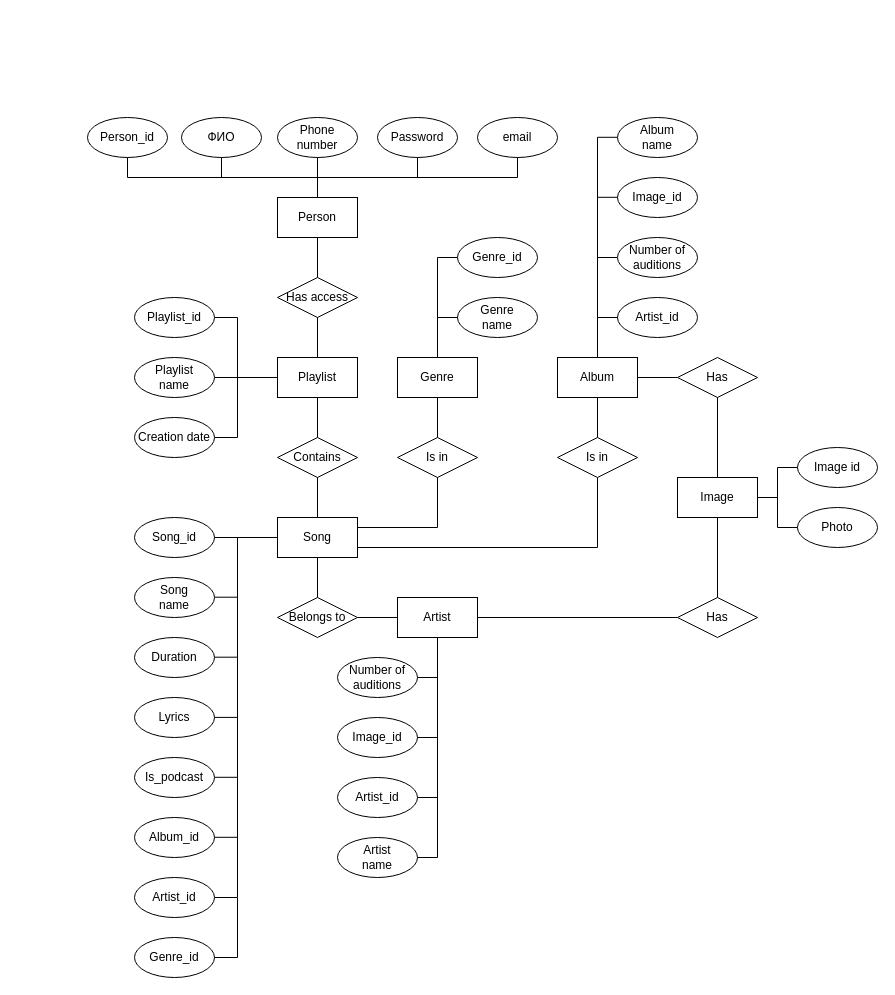
Above: кмпо 2.0.drawio in marsek4/database (draw.io), before the change. Source tidied: cells renumbered, new cells numbered last; positions are measured from the earlier drawing's top-left corner, leaving out a move shared by most shapes. Both pictures are drawn from the tidied source at 100%, with x=0, y=0 at pixel (87, 117).
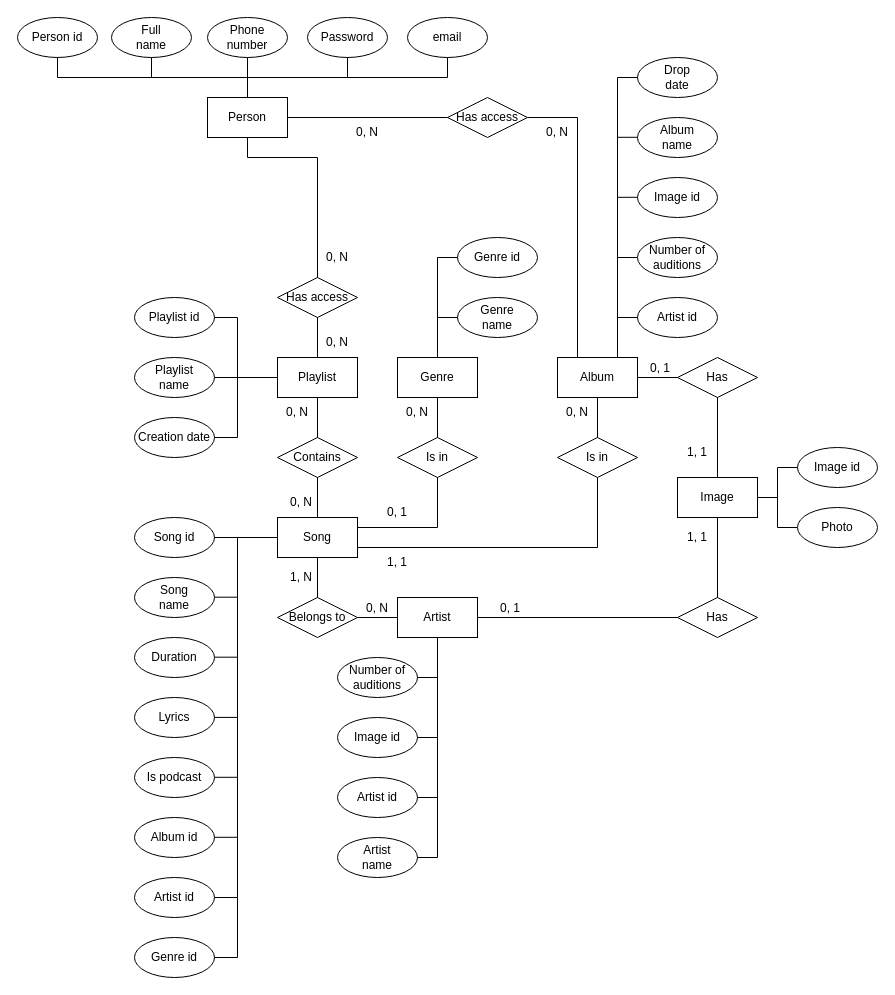
After the change.

The change refers to these unchanged cells:
```xml
<mxCell id="37" value="Has access" style="rhombus;whiteSpace=wrap;html=1;" parent="1" vertex="1">
  <mxGeometry x="190" y="160" width="80" height="40" as="geometry" />
</mxCell>
<mxCell id="62" value="Album" style="rounded=0;whiteSpace=wrap;html=1;" parent="1" vertex="1">
  <mxGeometry x="470" y="240" width="80" height="40" as="geometry" />
</mxCell>
```

Change to the diagram source:
```diff
@@
     <mxCell id="2" value="Person" style="rounded=0;whiteSpace=wrap;html=1;" parent="1" vertex="1">
-      <mxGeometry x="190" y="80" width="80" height="40" as="geometry" />
+      <mxGeometry x="120" y="-20" width="80" height="40" as="geometry" />
     </mxCell>
-    <mxCell id="3" value="Person_id" style="ellipse;whiteSpace=wrap;html=1;" parent="1" vertex="1">
-      <mxGeometry width="80" height="40" as="geometry" />
+    <mxCell id="3" value="Person id" style="ellipse;whiteSpace=wrap;html=1;" parent="1" vertex="1">
+      <mxGeometry x="-70" y="-100" width="80" height="40" as="geometry" />
     </mxCell>
-    <mxCell id="4" value="ФИО" style="ellipse;whiteSpace=wrap;html=1;" parent="1" vertex="1">
-      <mxGeometry x="94" width="80" height="40" as="geometry" />
+    <mxCell id="4" value="Full&lt;br&gt;name" style="ellipse;whiteSpace=wrap;html=1;" parent="1" vertex="1">
+      <mxGeometry x="24" y="-100" width="80" height="40" as="geometry" />
     </mxCell>
     <mxCell id="5" value="Phone number" style="ellipse;whiteSpace=wrap;html=1;" parent="1" vertex="1">
-      <mxGeometry x="190" width="80" height="40" as="geometry" />
+      <mxGeometry x="120" y="-100" width="80" height="40" as="geometry" />
     </mxCell>
     <mxCell id="6" value="Password" style="ellipse;whiteSpace=wrap;html=1;" parent="1" vertex="1">
-      <mxGeometry x="290" width="80" height="40" as="geometry" />
+      <mxGeometry x="220" y="-100" width="80" height="40" as="geometry" />
     </mxCell>
     <mxCell id="7" value="email" style="ellipse;whiteSpace=wrap;html=1;" parent="1" vertex="1">
-      <mxGeometry x="390" width="80" height="40" as="geometry" />
+      <mxGeometry x="320" y="-100" width="80" height="40" as="geometry" />
     </mxCell>
@@
     <mxCell id="9" style="endArrow=none;html=1;rounded=0;exitX=0.5;exitY=1;exitDx=0;exitDy=0;entryX=0.5;entryY=1;entryDx=0;entryDy=0;" parent="1" edge="1" source="3" target="7">
       <mxGeometry relative="1" as="geometry">
         <Array as="points">
-          <mxPoint x="40" y="60" />
-          <mxPoint x="430" y="60" />
+          <mxPoint x="-30" y="-40" />
+          <mxPoint x="360" y="-40" />
         </Array>
       </mxGeometry>
     </mxCell>
     <mxCell id="10" style="endArrow=none;html=1;rounded=0;entryX=0.5;entryY=1;entryDx=0;entryDy=0;" parent="1" edge="1" target="4">
       <mxGeometry relative="1" as="geometry">
-        <mxPoint x="134" y="60" as="sourcePoint" />
+        <mxPoint x="64" y="-40" as="sourcePoint" />
       </mxGeometry>
     </mxCell>
     <mxCell id="11" style="endArrow=none;html=1;rounded=0;entryX=0.5;entryY=1;entryDx=0;entryDy=0;" parent="1" edge="1" target="6">
       <mxGeometry relative="1" as="geometry">
-        <mxPoint x="330" y="60" as="sourcePoint" />
+        <mxPoint x="260" y="-40" as="sourcePoint" />
       </mxGeometry>
     </mxCell>
@@
-    <mxCell id="21" value="Song_id" style="ellipse;whiteSpace=wrap;html=1;" parent="1" vertex="1">
+    <mxCell id="21" value="Song id" style="ellipse;whiteSpace=wrap;html=1;" parent="1" vertex="1">
       <mxGeometry x="47" y="400" width="80" height="40" as="geometry" />
     </mxCell>
@@
-    <mxCell id="25" value="Is_podcast" style="ellipse;whiteSpace=wrap;html=1;" parent="1" vertex="1">
+    <mxCell id="25" value="Is podcast" style="ellipse;whiteSpace=wrap;html=1;" parent="1" vertex="1">
       <mxGeometry x="47" y="640" width="80" height="40" as="geometry" />
     </mxCell>
-    <mxCell id="26" value="Album_id" style="ellipse;whiteSpace=wrap;html=1;" parent="1" vertex="1">
+    <mxCell id="26" value="Album id" style="ellipse;whiteSpace=wrap;html=1;" parent="1" vertex="1">
       <mxGeometry x="47" y="700" width="80" height="40" as="geometry" />
     </mxCell>
-    <mxCell id="27" value="Artist_id" style="ellipse;whiteSpace=wrap;html=1;" parent="1" vertex="1">
+    <mxCell id="27" value="Artist id" style="ellipse;whiteSpace=wrap;html=1;" parent="1" vertex="1">
       <mxGeometry x="47" y="760" width="80" height="40" as="geometry" />
     </mxCell>
-    <mxCell id="28" value="Genre_id" style="ellipse;whiteSpace=wrap;html=1;" parent="1" vertex="1">
+    <mxCell id="28" value="Genre id" style="ellipse;whiteSpace=wrap;html=1;" parent="1" vertex="1">
       <mxGeometry x="47" y="820" width="80" height="40" as="geometry" />
     </mxCell>
@@
     <mxCell id="39" style="endArrow=none;html=1;rounded=0;entryX=0.5;entryY=1;entryDx=0;entryDy=0;exitX=0.5;exitY=0;exitDx=0;exitDy=0;" parent="1" edge="1" source="37" target="2">
-      <mxGeometry relative="1" as="geometry" />
+      <mxGeometry relative="1" as="geometry">
+        <Array as="points">
+          <mxPoint x="230" y="40" />
+          <mxPoint x="160" y="40" />
+        </Array>
+      </mxGeometry>
     </mxCell>
@@
-    <mxCell id="43" value="Genre_id" style="ellipse;whiteSpace=wrap;html=1;" parent="1" vertex="1">
+    <mxCell id="43" value="Genre id" style="ellipse;whiteSpace=wrap;html=1;" parent="1" vertex="1">
       <mxGeometry x="370" y="120" width="80" height="40" as="geometry" />
     </mxCell>
@@
-    <mxCell id="53" value="Image_id" style="ellipse;whiteSpace=wrap;html=1;" parent="1" vertex="1">
+    <mxCell id="53" value="Image id" style="ellipse;whiteSpace=wrap;html=1;" parent="1" vertex="1">
       <mxGeometry x="250" y="600" width="80" height="40" as="geometry" />
     </mxCell>
-    <mxCell id="54" value="Artist_id" style="ellipse;whiteSpace=wrap;html=1;" parent="1" vertex="1">
+    <mxCell id="54" value="Artist id" style="ellipse;whiteSpace=wrap;html=1;" parent="1" vertex="1">
       <mxGeometry x="250" y="660" width="80" height="40" as="geometry" />
     </mxCell>
@@
     <mxCell id="64" value="Album&lt;br&gt;name" style="ellipse;whiteSpace=wrap;html=1;" parent="1" vertex="1">
-      <mxGeometry x="530" width="80" height="40" as="geometry" />
+      <mxGeometry x="550" width="80" height="40" as="geometry" />
     </mxCell>
-    <mxCell id="65" value="Image_id" style="ellipse;whiteSpace=wrap;html=1;" parent="1" vertex="1">
-      <mxGeometry x="530" y="60" width="80" height="40" as="geometry" />
+    <mxCell id="65" value="Image id" style="ellipse;whiteSpace=wrap;html=1;" parent="1" vertex="1">
+      <mxGeometry x="550" y="60" width="80" height="40" as="geometry" />
     </mxCell>
-    <mxCell id="66" value="Artist_id" style="ellipse;whiteSpace=wrap;html=1;" parent="1" vertex="1">
-      <mxGeometry x="530" y="180" width="80" height="40" as="geometry" />
+    <mxCell id="66" value="Artist id" style="ellipse;whiteSpace=wrap;html=1;" parent="1" vertex="1">
+      <mxGeometry x="550" y="180" width="80" height="40" as="geometry" />
     </mxCell>
     <mxCell id="67" style="endArrow=none;html=1;rounded=0;exitX=0;exitY=0.5;exitDx=0;exitDy=0;" parent="1" edge="1" source="66">
       <mxGeometry relative="1" as="geometry">
-        <mxPoint x="510" y="50" as="targetPoint" />
+        <mxPoint x="530" y="50" as="targetPoint" />
         <Array as="points">
-          <mxPoint x="510" y="200" />
-          <mxPoint x="510" y="20" />
+          <mxPoint x="530" y="200" />
+          <mxPoint x="530" y="20" />
         </Array>
       </mxGeometry>
     </mxCell>
-    <mxCell id="68" style="endArrow=none;html=1;rounded=0;exitX=0.5;exitY=0;exitDx=0;exitDy=0;" parent="1" edge="1" source="62">
+    <mxCell id="68" style="endArrow=none;html=1;rounded=0;exitX=0.75;exitY=0;exitDx=0;exitDy=0;" parent="1" edge="1" source="62">
       <mxGeometry relative="1" as="geometry">
-        <mxPoint x="510" y="110" as="targetPoint" />
+        <mxPoint x="530" y="110" as="targetPoint" />
       </mxGeometry>
     </mxCell>
     <mxCell id="69" style="endArrow=none;html=1;rounded=0;entryX=0;entryY=0.5;entryDx=0;entryDy=0;" parent="1" edge="1">
       <mxGeometry relative="1" as="geometry">
-        <mxPoint x="510" y="140" as="sourcePoint" />
-        <mxPoint x="530" y="140" as="targetPoint" />
+        <mxPoint x="530" y="140" as="sourcePoint" />
+        <mxPoint x="550" y="140" as="targetPoint" />
       </mxGeometry>
     </mxCell>
     <mxCell id="70" style="endArrow=none;html=1;rounded=0;entryX=0;entryY=0.5;entryDx=0;entryDy=0;" parent="1" edge="1">
       <mxGeometry relative="1" as="geometry">
-        <mxPoint x="510" y="79.8" as="sourcePoint" />
-        <mxPoint x="530" y="79.8" as="targetPoint" />
+        <mxPoint x="530" y="79.8" as="sourcePoint" />
+        <mxPoint x="550" y="79.8" as="targetPoint" />
       </mxGeometry>
     </mxCell>
     <mxCell id="71" style="endArrow=none;html=1;rounded=0;entryX=0;entryY=0.5;entryDx=0;entryDy=0;" parent="1" edge="1">
       <mxGeometry relative="1" as="geometry">
-        <mxPoint x="510" y="19.8" as="sourcePoint" />
-        <mxPoint x="530" y="19.8" as="targetPoint" />
+        <mxPoint x="530" y="19.8" as="sourcePoint" />
+        <mxPoint x="550" y="19.8" as="targetPoint" />
       </mxGeometry>
     </mxCell>
@@
-    <mxCell id="76" value="Playlist_id" style="ellipse;whiteSpace=wrap;html=1;" parent="1" vertex="1">
+    <mxCell id="76" value="Playlist id" style="ellipse;whiteSpace=wrap;html=1;" parent="1" vertex="1">
       <mxGeometry x="47" y="180" width="80" height="40" as="geometry" />
     </mxCell>
@@
     <mxCell id="78" value="Number of&lt;br&gt;auditions" style="ellipse;whiteSpace=wrap;html=1;" parent="1" vertex="1">
-      <mxGeometry x="530" y="120" width="80" height="40" as="geometry" />
+      <mxGeometry x="550" y="120" width="80" height="40" as="geometry" />
     </mxCell>
@@
+    <mxCell id="85" value="0, N" style="text;html=1;strokeColor=none;fillColor=none;align=center;verticalAlign=middle;whiteSpace=wrap;rounded=0;" parent="1" vertex="1">
+      <mxGeometry x="220" y="125" width="60" height="30" as="geometry" />
+    </mxCell>
+    <mxCell id="86" value="0, N" style="text;html=1;strokeColor=none;fillColor=none;align=center;verticalAlign=middle;whiteSpace=wrap;rounded=0;" parent="1" vertex="1">
+      <mxGeometry x="220" y="210" width="60" height="30" as="geometry" />
+    </mxCell>
+    <mxCell id="87" value="Has access" style="rhombus;whiteSpace=wrap;html=1;" parent="1" vertex="1">
+      <mxGeometry x="360" y="-20" width="80" height="40" as="geometry" />
+    </mxCell>
+    <mxCell id="88" style="endArrow=none;html=1;rounded=0;exitX=1;exitY=0.5;exitDx=0;exitDy=0;entryX=0;entryY=0.5;entryDx=0;entryDy=0;" parent="1" edge="1" source="2" target="87">
+      <mxGeometry relative="1" as="geometry" />
+    </mxCell>
+    <mxCell id="89" style="endArrow=none;html=1;rounded=0;entryX=1;entryY=0.5;entryDx=0;entryDy=0;exitX=0.25;exitY=0;exitDx=0;exitDy=0;" parent="1" edge="1" source="62" target="87">
+      <mxGeometry relative="1" as="geometry">
+        <Array as="points">
+          <mxPoint x="490" />
+        </Array>
+      </mxGeometry>
+    </mxCell>
+    <mxCell id="90" value="0, N" style="text;html=1;strokeColor=none;fillColor=none;align=center;verticalAlign=middle;whiteSpace=wrap;rounded=0;" parent="1" vertex="1">
+      <mxGeometry x="250" width="60" height="30" as="geometry" />
+    </mxCell>
+    <mxCell id="91" value="0, N" style="text;html=1;strokeColor=none;fillColor=none;align=center;verticalAlign=middle;whiteSpace=wrap;rounded=0;" parent="1" vertex="1">
+      <mxGeometry x="440" width="60" height="30" as="geometry" />
+    </mxCell>
+    <mxCell id="92" value="0, N" style="text;html=1;strokeColor=none;fillColor=none;align=center;verticalAlign=middle;whiteSpace=wrap;rounded=0;" parent="1" vertex="1">
+      <mxGeometry x="180" y="280" width="60" height="30" as="geometry" />
+    </mxCell>
+    <mxCell id="93" value="0, N" style="text;html=1;strokeColor=none;fillColor=none;align=center;verticalAlign=middle;whiteSpace=wrap;rounded=0;" parent="1" vertex="1">
+      <mxGeometry x="184" y="370" width="60" height="30" as="geometry" />
+    </mxCell>
+    <mxCell id="94" value="0, 1" style="text;html=1;strokeColor=none;fillColor=none;align=center;verticalAlign=middle;whiteSpace=wrap;rounded=0;" parent="1" vertex="1">
+      <mxGeometry x="280" y="380" width="60" height="30" as="geometry" />
+    </mxCell>
+    <mxCell id="95" value="0, N" style="text;html=1;strokeColor=none;fillColor=none;align=center;verticalAlign=middle;whiteSpace=wrap;rounded=0;" parent="1" vertex="1">
+      <mxGeometry x="300" y="280" width="60" height="30" as="geometry" />
+    </mxCell>
+    <mxCell id="96" value="1, N" style="text;html=1;strokeColor=none;fillColor=none;align=center;verticalAlign=middle;whiteSpace=wrap;rounded=0;" parent="1" vertex="1">
+      <mxGeometry x="184" y="445" width="60" height="30" as="geometry" />
+    </mxCell>
+    <mxCell id="97" value="0, N" style="text;html=1;strokeColor=none;fillColor=none;align=center;verticalAlign=middle;whiteSpace=wrap;rounded=0;" parent="1" vertex="1">
+      <mxGeometry x="260" y="476" width="60" height="30" as="geometry" />
+    </mxCell>
+    <mxCell id="98" value="0, 1" style="text;html=1;strokeColor=none;fillColor=none;align=center;verticalAlign=middle;whiteSpace=wrap;rounded=0;" parent="1" vertex="1">
+      <mxGeometry x="393" y="476" width="60" height="30" as="geometry" />
+    </mxCell>
+    <mxCell id="99" value="1, 1" style="text;html=1;strokeColor=none;fillColor=none;align=center;verticalAlign=middle;whiteSpace=wrap;rounded=0;" parent="1" vertex="1">
+      <mxGeometry x="580" y="405" width="60" height="30" as="geometry" />
+    </mxCell>
+    <mxCell id="100" value="1, 1" style="text;html=1;strokeColor=none;fillColor=none;align=center;verticalAlign=middle;whiteSpace=wrap;rounded=0;" parent="1" vertex="1">
+      <mxGeometry x="580" y="320" width="60" height="30" as="geometry" />
+    </mxCell>
+    <mxCell id="101" value="0, 1" style="text;html=1;strokeColor=none;fillColor=none;align=center;verticalAlign=middle;whiteSpace=wrap;rounded=0;" parent="1" vertex="1">
+      <mxGeometry x="543" y="236" width="60" height="30" as="geometry" />
+    </mxCell>
+    <mxCell id="102" value="1, 1" style="text;html=1;strokeColor=none;fillColor=none;align=center;verticalAlign=middle;whiteSpace=wrap;rounded=0;" parent="1" vertex="1">
+      <mxGeometry x="280" y="430" width="60" height="30" as="geometry" />
+    </mxCell>
+    <mxCell id="103" value="0, N" style="text;html=1;strokeColor=none;fillColor=none;align=center;verticalAlign=middle;whiteSpace=wrap;rounded=0;" parent="1" vertex="1">
+      <mxGeometry x="460" y="280" width="60" height="30" as="geometry" />
+    </mxCell>
+    <mxCell id="104" value="Drop&lt;br&gt;date" style="ellipse;whiteSpace=wrap;html=1;" parent="1" vertex="1">
+      <mxGeometry x="550" y="-60" width="80" height="40" as="geometry" />
+    </mxCell>
+    <mxCell id="105" style="endArrow=none;html=1;rounded=0;entryX=0;entryY=0.5;entryDx=0;entryDy=0;" parent="1" edge="1" target="104">
+      <mxGeometry relative="1" as="geometry">
+        <mxPoint x="530" y="20" as="sourcePoint" />
+        <Array as="points">
+          <mxPoint x="530" y="-40" />
+        </Array>
+      </mxGeometry>
+    </mxCell>
```
